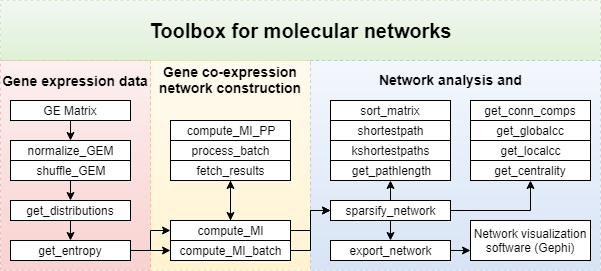
The draw.io diagram Documentation/flow.png in DepartmentofNeurophysiology/NETSCOPE, before a commit. Source tidied: cells renumbered, new cells last; positions are measured from the earlier drawing's top-left corner, leaving out a move shared by most shapes. Its diagram source:
```xml
<mxGraphModel background="#ffffff">
  <root>
    <mxCell id="0" />
    <mxCell id="1" parent="0" />
    <mxCell id="2" style="whiteSpace=wrap;html=1;dashed=1;fontSize=14;textOpacity=20;opacity=30;plain-red;" parent="1" vertex="1">
      <mxGeometry y="60" width="150" height="210" as="geometry" />
    </mxCell>
    <mxCell id="3" value="&lt;span style=&quot;font-size: 20px&quot;&gt;&lt;b&gt;Toolbox for molecular networks&lt;/b&gt;&lt;/span&gt;" style="whiteSpace=wrap;html=1;dashed=1;opacity=30;plain-green;" parent="1" vertex="1">
      <mxGeometry width="600" height="60" as="geometry" />
    </mxCell>
    <mxCell id="4" style="whiteSpace=wrap;html=1;dashed=1;fontSize=14;textOpacity=20;opacity=30;plain-yellow;" parent="1" vertex="1">
      <mxGeometry x="150" y="60" width="160" height="210" as="geometry" />
    </mxCell>
    <mxCell id="5" style="whiteSpace=wrap;html=1;dashed=1;fontSize=14;textOpacity=20;opacity=30;plain-blue;" parent="1" vertex="1">
      <mxGeometry x="310" y="60" width="290" height="210" as="geometry" />
    </mxCell>
    <mxCell id="6" style="edgeStyle=orthogonalEdgeStyle;rounded=0;html=1;exitX=0;exitY=0.75;entryX=0;entryY=0.75;jettySize=auto;orthogonalLoop=1;" parent="1" edge="1">
      <mxGeometry relative="1" as="geometry">
        <mxPoint x="135" y="45" as="sourcePoint" />
        <mxPoint x="135" y="45" as="targetPoint" />
      </mxGeometry>
    </mxCell>
    <mxCell id="7" value="Network analysis&lt;span&gt;&amp;nbsp;and v&lt;/span&gt;&lt;span&gt;isualization&lt;/span&gt;" style="text;html=1;strokeColor=none;fillColor=none;align=center;verticalAlign=middle;whiteSpace=wrap;overflow=hidden;dashed=1;fontStyle=1;fontSize=14;" parent="1" vertex="1">
      <mxGeometry x="300" y="70" width="300" height="20" as="geometry" />
    </mxCell>
    <mxCell id="8" value="get_pathlength" style="whiteSpace=wrap;html=1;" parent="1" vertex="1">
      <mxGeometry x="330" y="160" width="120" height="20" as="geometry" />
    </mxCell>
    <mxCell id="9" value="get_conn_comps" style="whiteSpace=wrap;html=1;" parent="1" vertex="1">
      <mxGeometry x="470" y="100" width="120" height="20" as="geometry" />
    </mxCell>
    <mxCell id="10" value="kshortestpaths" style="whiteSpace=wrap;html=1;" parent="1" vertex="1">
      <mxGeometry x="330" y="140" width="120" height="20" as="geometry" />
    </mxCell>
    <mxCell id="11" value="shortestpath" style="whiteSpace=wrap;html=1;" parent="1" vertex="1">
      <mxGeometry x="330" y="120" width="120" height="20" as="geometry" />
    </mxCell>
    <mxCell id="12" value="process_batch" style="whiteSpace=wrap;html=1;" parent="1" vertex="1">
      <mxGeometry x="170" y="140" width="120" height="20" as="geometry" />
    </mxCell>
    <mxCell id="13" value="normalize_GEM&lt;br&gt;" style="whiteSpace=wrap;html=1;" parent="1" vertex="1">
      <mxGeometry x="10" y="140" width="120" height="20" as="geometry" />
    </mxCell>
    <mxCell id="14" value="shuffle_GEM" style="whiteSpace=wrap;html=1;" parent="1" vertex="1">
      <mxGeometry x="10" y="160" width="120" height="20" as="geometry" />
    </mxCell>
    <mxCell id="15" style="edgeStyle=orthogonalEdgeStyle;rounded=0;jettySize=auto;html=1;exitX=0.5;exitY=1;exitDx=0;exitDy=0;entryX=0.5;entryY=0;entryDx=0;entryDy=0;" parent="1" edge="1" source="16" target="19">
      <mxGeometry relative="1" as="geometry" />
    </mxCell>
    <mxCell id="16" value="get_distributions" style="whiteSpace=wrap;html=1;" parent="1" vertex="1">
      <mxGeometry x="10" y="200" width="120" height="20" as="geometry" />
    </mxCell>
    <mxCell id="17" style="edgeStyle=orthogonalEdgeStyle;rounded=0;jettySize=auto;html=1;exitX=1;exitY=0.5;exitDx=0;exitDy=0;entryX=0;entryY=0.5;entryDx=0;entryDy=0;" parent="1" edge="1" source="19" target="30">
      <mxGeometry relative="1" as="geometry" />
    </mxCell>
    <mxCell id="18" style="edgeStyle=orthogonalEdgeStyle;rounded=0;jettySize=auto;html=1;exitX=1;exitY=0.5;exitDx=0;exitDy=0;entryX=0;entryY=0.5;entryDx=0;entryDy=0;" parent="1" edge="1" source="19" target="22">
      <mxGeometry relative="1" as="geometry" />
    </mxCell>
    <mxCell id="19" value="get_entropy" style="whiteSpace=wrap;html=1;" parent="1" vertex="1">
      <mxGeometry x="10" y="240" width="120" height="20" as="geometry" />
    </mxCell>
    <mxCell id="20" style="edgeStyle=orthogonalEdgeStyle;rounded=0;jettySize=auto;html=1;exitX=0.5;exitY=0;exitDx=0;exitDy=0;entryX=0.5;entryY=1;entryDx=0;entryDy=0;" parent="1" edge="1" source="22" target="32">
      <mxGeometry relative="1" as="geometry" />
    </mxCell>
    <mxCell id="21" style="edgeStyle=orthogonalEdgeStyle;rounded=0;jettySize=auto;html=1;exitX=1;exitY=0.5;exitDx=0;exitDy=0;entryX=0;entryY=0.5;entryDx=0;entryDy=0;" parent="1" edge="1" source="22" target="26">
      <mxGeometry relative="1" as="geometry" />
    </mxCell>
    <mxCell id="22" value="compute_MI" style="whiteSpace=wrap;html=1;" parent="1" vertex="1">
      <mxGeometry x="170" y="220" width="120" height="20" as="geometry" />
    </mxCell>
    <mxCell id="23" style="edgeStyle=orthogonalEdgeStyle;rounded=0;jettySize=auto;html=1;exitX=0.5;exitY=1;exitDx=0;exitDy=0;entryX=0.5;entryY=0;entryDx=0;entryDy=0;" parent="1" edge="1" source="26" target="34">
      <mxGeometry relative="1" as="geometry" />
    </mxCell>
    <mxCell id="24" style="edgeStyle=orthogonalEdgeStyle;rounded=0;jettySize=auto;html=1;exitX=0.5;exitY=0;exitDx=0;exitDy=0;entryX=0.5;entryY=1;entryDx=0;entryDy=0;" parent="1" edge="1" source="26" target="8">
      <mxGeometry relative="1" as="geometry" />
    </mxCell>
    <mxCell id="25" style="edgeStyle=orthogonalEdgeStyle;rounded=0;jettySize=auto;html=1;exitX=1;exitY=0.5;exitDx=0;exitDy=0;entryX=0.5;entryY=1;entryDx=0;entryDy=0;" parent="1" edge="1" source="26" target="35">
      <mxGeometry relative="1" as="geometry" />
    </mxCell>
    <mxCell id="26" value="sparsify_network" style="whiteSpace=wrap;html=1;" parent="1" vertex="1">
      <mxGeometry x="330" y="200" width="120" height="20" as="geometry" />
    </mxCell>
    <mxCell id="27" style="edgeStyle=orthogonalEdgeStyle;rounded=0;jettySize=auto;html=1;exitX=0.5;exitY=1;exitDx=0;exitDy=0;entryX=0.5;entryY=0;entryDx=0;entryDy=0;" parent="1" edge="1" target="16">
      <mxGeometry relative="1" as="geometry">
        <mxPoint x="70" y="180" as="sourcePoint" />
      </mxGeometry>
    </mxCell>
    <mxCell id="28" value="compute_MI_PP" style="whiteSpace=wrap;html=1;" parent="1" vertex="1">
      <mxGeometry x="170" y="120" width="120" height="20" as="geometry" />
    </mxCell>
    <mxCell id="29" style="edgeStyle=orthogonalEdgeStyle;rounded=0;jettySize=auto;html=1;exitX=1;exitY=0.5;exitDx=0;exitDy=0;entryX=0;entryY=0.5;entryDx=0;entryDy=0;" parent="1" edge="1" source="30" target="26">
      <mxGeometry relative="1" as="geometry" />
    </mxCell>
    <mxCell id="30" value="compute_MI_batch" style="whiteSpace=wrap;html=1;" parent="1" vertex="1">
      <mxGeometry x="170" y="240" width="120" height="20" as="geometry" />
    </mxCell>
    <mxCell id="31" style="edgeStyle=orthogonalEdgeStyle;rounded=0;jettySize=auto;html=1;exitX=0.5;exitY=1;exitDx=0;exitDy=0;" parent="1" edge="1" source="32">
      <mxGeometry relative="1" as="geometry">
        <mxPoint x="230" y="220" as="targetPoint" />
      </mxGeometry>
    </mxCell>
    <mxCell id="32" value="fetch_results" style="whiteSpace=wrap;html=1;" parent="1" vertex="1">
      <mxGeometry x="170" y="160" width="120" height="20" as="geometry" />
    </mxCell>
    <mxCell id="33" style="edgeStyle=orthogonalEdgeStyle;rounded=0;jettySize=auto;html=1;exitX=1;exitY=0.5;exitDx=0;exitDy=0;entryX=0;entryY=0.75;entryDx=0;entryDy=0;" parent="1" edge="1" source="34" target="41">
      <mxGeometry relative="1" as="geometry" />
    </mxCell>
    <mxCell id="34" value="export_network" style="whiteSpace=wrap;html=1;" parent="1" vertex="1">
      <mxGeometry x="330" y="240" width="120" height="20" as="geometry" />
    </mxCell>
    <mxCell id="35" value="get_centrality" style="whiteSpace=wrap;html=1;" parent="1" vertex="1">
      <mxGeometry x="470" y="160" width="120" height="20" as="geometry" />
    </mxCell>
    <mxCell id="36" value="get_globalcc&lt;br&gt;" style="whiteSpace=wrap;html=1;" parent="1" vertex="1">
      <mxGeometry x="470" y="120" width="120" height="20" as="geometry" />
    </mxCell>
    <mxCell id="37" value="get_localcc" style="whiteSpace=wrap;html=1;" parent="1" vertex="1">
      <mxGeometry x="470" y="140" width="120" height="20" as="geometry" />
    </mxCell>
    <mxCell id="38" value="Gene expression data" style="text;html=1;strokeColor=none;fillColor=none;align=center;verticalAlign=middle;whiteSpace=wrap;overflow=hidden;dashed=1;fontStyle=1;fontSize=14;" parent="1" vertex="1">
      <mxGeometry y="60" width="150" height="40" as="geometry" />
    </mxCell>
    <mxCell id="39" value="Gene co-expression network construction" style="text;html=1;strokeColor=none;fillColor=none;align=center;verticalAlign=middle;whiteSpace=wrap;overflow=hidden;dashed=1;fontStyle=1;fontSize=14;" parent="1" vertex="1">
      <mxGeometry x="150" y="60" width="160" height="40" as="geometry" />
    </mxCell>
    <mxCell id="40" value="sort_matrix&lt;br&gt;" style="whiteSpace=wrap;html=1;" parent="1" vertex="1">
      <mxGeometry x="330" y="100" width="120" height="20" as="geometry" />
    </mxCell>
    <mxCell id="41" value="Network visualization software (Gephi)" style="whiteSpace=wrap;html=1;" parent="1" vertex="1">
      <mxGeometry x="470" y="220" width="120" height="40" as="geometry" />
    </mxCell>
    <mxCell id="42" style="edgeStyle=orthogonalEdgeStyle;rounded=0;jettySize=auto;html=1;exitX=0.5;exitY=1;exitDx=0;exitDy=0;entryX=0.5;entryY=0;entryDx=0;entryDy=0;" parent="1" edge="1" source="43" target="13">
      <mxGeometry relative="1" as="geometry" />
    </mxCell>
    <mxCell id="43" value="GE Matrix&lt;br&gt;" style="whiteSpace=wrap;html=1;" parent="1" vertex="1">
      <mxGeometry x="10" y="100" width="120" height="20" as="geometry" />
    </mxCell>
  </root>
</mxGraphModel>
```
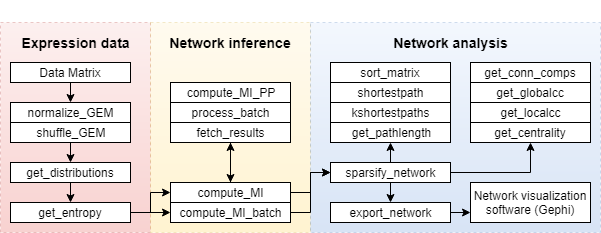
Above is the later version.

Change to the diagram source:
```diff
@@ -5,9 +5,6 @@
     <mxCell id="2" style="whiteSpace=wrap;html=1;dashed=1;fontSize=14;textOpacity=20;opacity=30;plain-red;" parent="1" vertex="1">
       <mxGeometry y="60" width="150" height="210" as="geometry" />
     </mxCell>
-    <mxCell id="3" value="&lt;span style=&quot;font-size: 20px&quot;&gt;&lt;b&gt;Toolbox for molecular networks&lt;/b&gt;&lt;/span&gt;" style="whiteSpace=wrap;html=1;dashed=1;opacity=30;plain-green;" parent="1" vertex="1">
-      <mxGeometry width="600" height="60" as="geometry" />
-    </mxCell>
     <mxCell id="4" style="whiteSpace=wrap;html=1;dashed=1;fontSize=14;textOpacity=20;opacity=30;plain-yellow;" parent="1" vertex="1">
       <mxGeometry x="150" y="60" width="160" height="210" as="geometry" />
     </mxCell>
@@ -20,7 +17,7 @@
         <mxPoint x="135" y="45" as="targetPoint" />
       </mxGeometry>
     </mxCell>
-    <mxCell id="7" value="Network analysis&lt;span&gt;&amp;nbsp;and v&lt;/span&gt;&lt;span&gt;isualization&lt;/span&gt;" style="text;html=1;strokeColor=none;fillColor=none;align=center;verticalAlign=middle;whiteSpace=wrap;overflow=hidden;dashed=1;fontStyle=1;fontSize=14;" parent="1" vertex="1">
+    <mxCell id="7" value="Network analysis" style="text;html=1;strokeColor=none;fillColor=none;align=center;verticalAlign=middle;whiteSpace=wrap;overflow=hidden;dashed=1;fontStyle=1;fontSize=14;" parent="1" vertex="1">
       <mxGeometry x="300" y="70" width="300" height="20" as="geometry" />
     </mxCell>
     <mxCell id="8" value="get_pathlength" style="whiteSpace=wrap;html=1;" parent="1" vertex="1">
@@ -117,10 +114,10 @@
     <mxCell id="37" value="get_localcc" style="whiteSpace=wrap;html=1;" parent="1" vertex="1">
       <mxGeometry x="470" y="140" width="120" height="20" as="geometry" />
     </mxCell>
-    <mxCell id="38" value="Gene expression data" style="text;html=1;strokeColor=none;fillColor=none;align=center;verticalAlign=middle;whiteSpace=wrap;overflow=hidden;dashed=1;fontStyle=1;fontSize=14;" parent="1" vertex="1">
+    <mxCell id="38" value="Expression data" style="text;html=1;strokeColor=none;fillColor=none;align=center;verticalAlign=middle;whiteSpace=wrap;overflow=hidden;dashed=1;fontStyle=1;fontSize=14;" parent="1" vertex="1">
       <mxGeometry y="60" width="150" height="40" as="geometry" />
     </mxCell>
-    <mxCell id="39" value="Gene co-expression network construction" style="text;html=1;strokeColor=none;fillColor=none;align=center;verticalAlign=middle;whiteSpace=wrap;overflow=hidden;dashed=1;fontStyle=1;fontSize=14;" parent="1" vertex="1">
+    <mxCell id="39" value="Network inference" style="text;html=1;strokeColor=none;fillColor=none;align=center;verticalAlign=middle;whiteSpace=wrap;overflow=hidden;dashed=1;fontStyle=1;fontSize=14;" parent="1" vertex="1">
       <mxGeometry x="150" y="60" width="160" height="40" as="geometry" />
     </mxCell>
     <mxCell id="40" value="sort_matrix&lt;br&gt;" style="whiteSpace=wrap;html=1;" parent="1" vertex="1">
@@ -132,7 +129,7 @@
     <mxCell id="42" style="edgeStyle=orthogonalEdgeStyle;rounded=0;jettySize=auto;html=1;exitX=0.5;exitY=1;exitDx=0;exitDy=0;entryX=0.5;entryY=0;entryDx=0;entryDy=0;" parent="1" edge="1" source="43" target="13">
       <mxGeometry relative="1" as="geometry" />
     </mxCell>
-    <mxCell id="43" value="GE Matrix&lt;br&gt;" style="whiteSpace=wrap;html=1;" parent="1" vertex="1">
+    <mxCell id="43" value="Data Matrix&lt;br&gt;" style="whiteSpace=wrap;html=1;" parent="1" vertex="1">
       <mxGeometry x="10" y="100" width="120" height="20" as="geometry" />
     </mxCell>
   </root>
```
